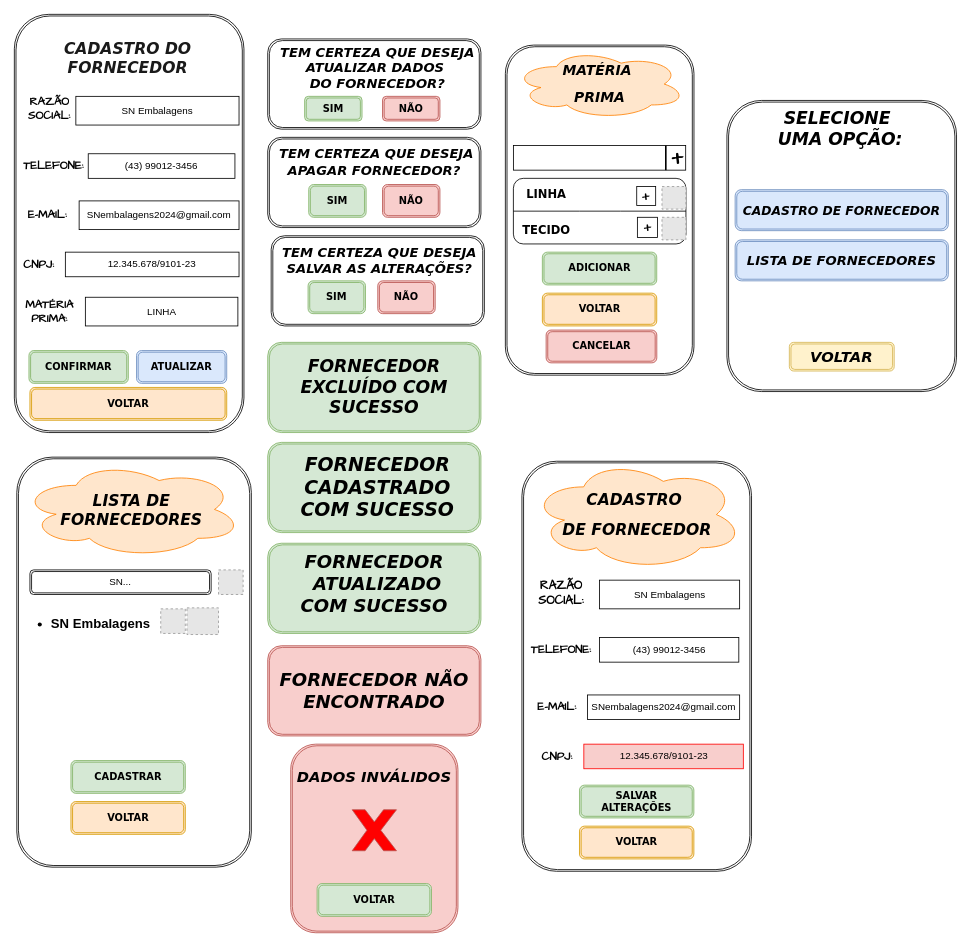
This is page "Página-2" (2 of 7) of doc/interfaces.drawio from sarahnandynne/fluxograma.sarah, a draw.io file, before an edit. Source tidied: cells renumbered, new cells numbered last; positions are measured from the earlier drawing's top-left corner, leaving out a move shared by most shapes. Both pictures are drawn from the tidied source at 82%, with x=0, y=0 at pixel (14, 14). Pictures stored in the file or linked from it are replaced by grey dashed boxes.
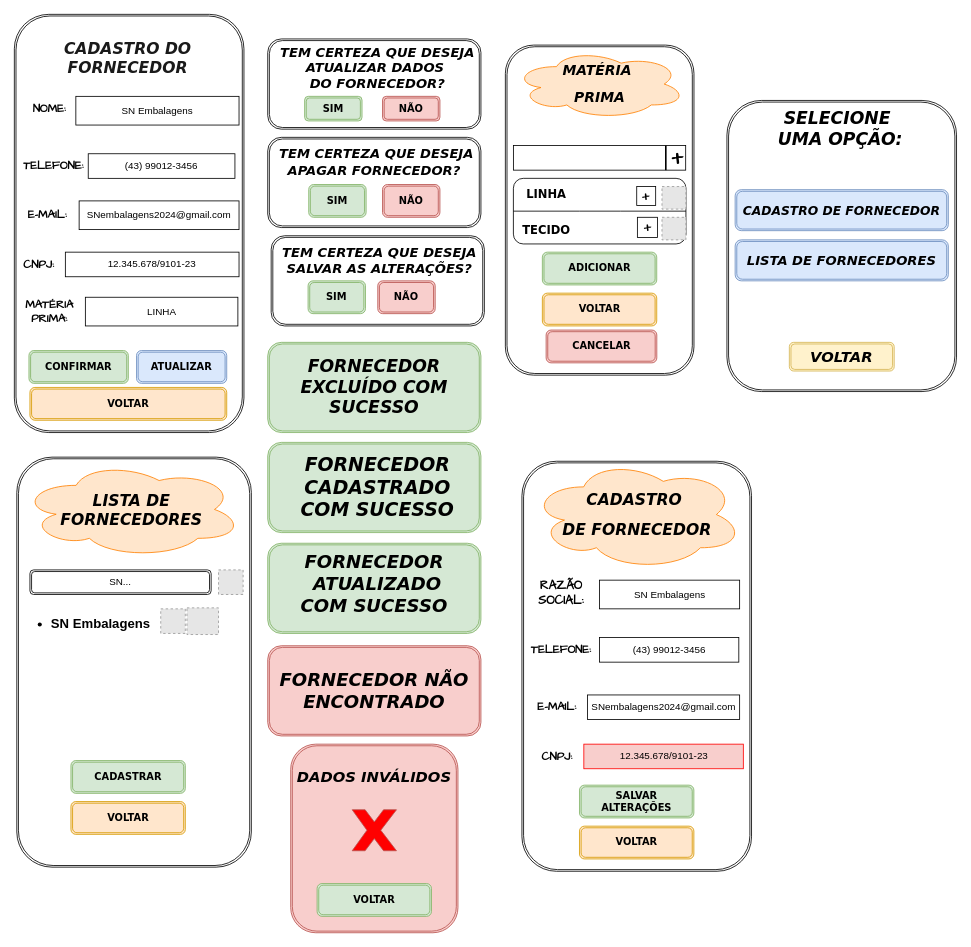
After the change.

Change to the diagram source:
```diff
@@
-    <mxCell id="3" value="RAZÃO SOCIAL:" style="text;html=1;align=center;verticalAlign=middle;whiteSpace=wrap;rounded=0;fontStyle=1;fontFamily=Comic Sans MS;fontSize=14;" parent="1" vertex="1">
+    <mxCell id="3" value="NOME:" style="text;html=1;align=center;verticalAlign=middle;whiteSpace=wrap;rounded=0;fontStyle=1;fontFamily=Comic Sans MS;fontSize=14;" parent="1" vertex="1">
       <mxGeometry x="7.8" y="100" width="70" height="30" as="geometry" />
     </mxCell>
```
